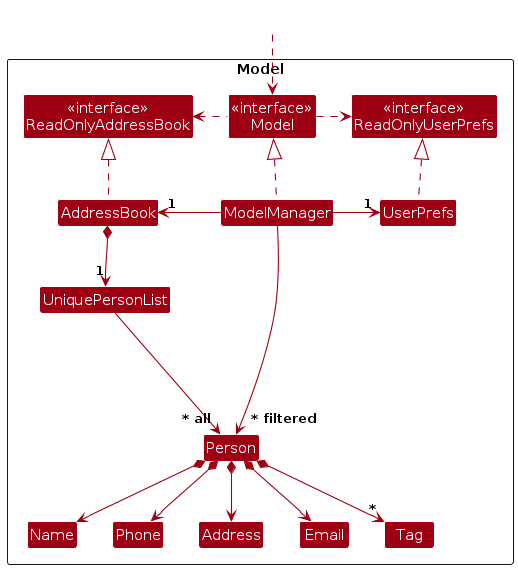
Above: diagrams/ModelClassDiagram.png in AY2627S1-CS2103T-F15-1/tp (PlantUML), before the change. Its source is kept beside it as diagrams/ModelClassDiagram.puml. Its diagram source:
```plantuml
@startuml
!include style.puml
skinparam arrowThickness 1.1
skinparam arrowColor MODEL_COLOR
skinparam classBackgroundColor MODEL_COLOR

Package Model as ModelPackage <<Rectangle>>{
Class "<<interface>>\nReadOnlyAddressBook" as ReadOnlyAddressBook
Class "<<interface>>\nReadOnlyUserPrefs" as ReadOnlyUserPrefs
Class "<<interface>>\nModel" as Model
Class AddressBook
Class ModelManager
Class UserPrefs

Class UniquePersonList
Class Person
Class Address
Class Email
Class Name
Class Phone
Class Tag

Class I #FFFFFF
}

Class HiddenOutside #FFFFFF
HiddenOutside ..> Model

AddressBook .up.|> ReadOnlyAddressBook

ModelManager .up.|> Model
Model .right.> ReadOnlyUserPrefs
Model .left.> ReadOnlyAddressBook
ModelManager -left-> "1" AddressBook
ModelManager -right-> "1" UserPrefs
UserPrefs .up.|> ReadOnlyUserPrefs

AddressBook *--> "1" UniquePersonList
UniquePersonList --> "~* all" Person
Person *--> Name
Person *--> Phone
Person *--> Email
Person *--> Address
Person *--> "*" Tag

Person -[hidden]up--> I
UniquePersonList -[hidden]right-> I

Name -[hidden]right-> Phone
Phone -[hidden]right-> Address
Address -[hidden]right-> Email

ModelManager --> "~* filtered" Person
@enduml
```
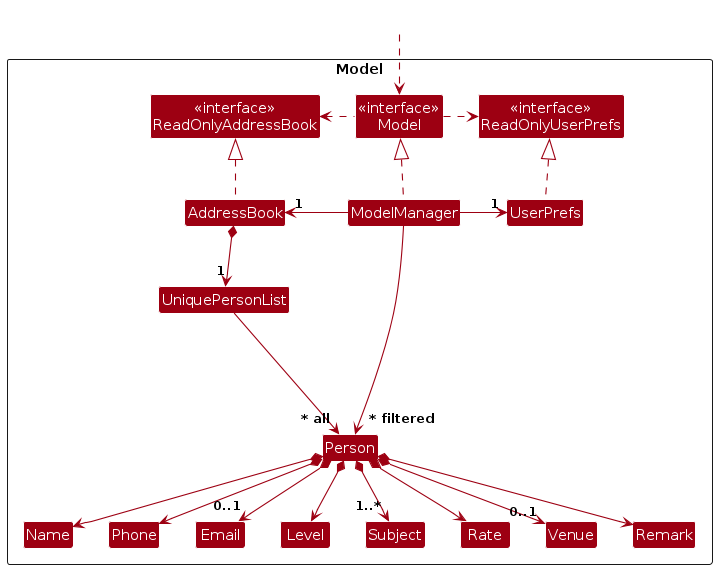
Later version of the same file.

What changed in the source:
```diff
@@ -14,11 +14,14 @@
 
 Class UniquePersonList
 Class Person
-Class Address
-Class Email
 Class Name
 Class Phone
-Class Tag
+Class Email
+Class Level
+Class Subject
+Class Rate
+Class Venue
+Class Remark
 
 Class I #FFFFFF
 }
@@ -39,16 +42,23 @@
 UniquePersonList --> "~* all" Person
 Person *--> Name
 Person *--> Phone
-Person *--> Email
-Person *--> Address
-Person *--> "*" Tag
+Person *--> "0..1" Email
+Person *--> Level
+Person *--> "1..*" Subject
+Person *--> Rate
+Person *--> "0..1" Venue
+Person *--> Remark
 
 Person -[hidden]up--> I
 UniquePersonList -[hidden]right-> I
 
 Name -[hidden]right-> Phone
-Phone -[hidden]right-> Address
-Address -[hidden]right-> Email
+Phone -[hidden]right-> Email
+Email -[hidden]right-> Level
+Level -[hidden]right-> Subject
+Subject -[hidden]right-> Rate
+Rate -[hidden]right-> Venue
+Venue -[hidden]right-> Remark
 
 ModelManager --> "~* filtered" Person
 @enduml
```
